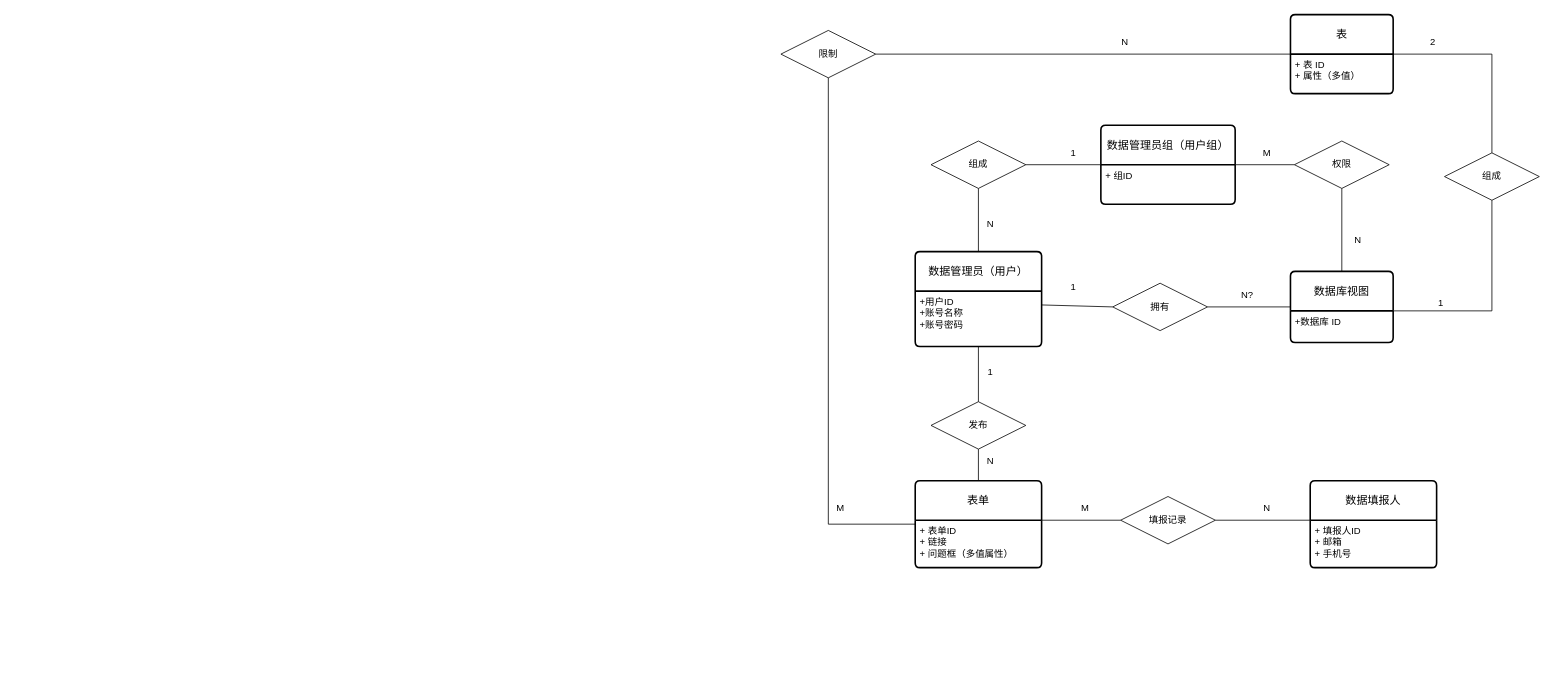
Iaiolk/VerilogCDE keeps this draw.io diagram as page "Page-1" (1 of 2) of 软工课设.drawio. Above is the earlier version. Source tidied: cells renumbered, new cells numbered last; positions are measured from the earlier drawing's top-left corner, leaving out a move shared by most shapes. Both pictures are drawn from the tidied source at 79%, with x=0, y=0 at pixel (781, 14).
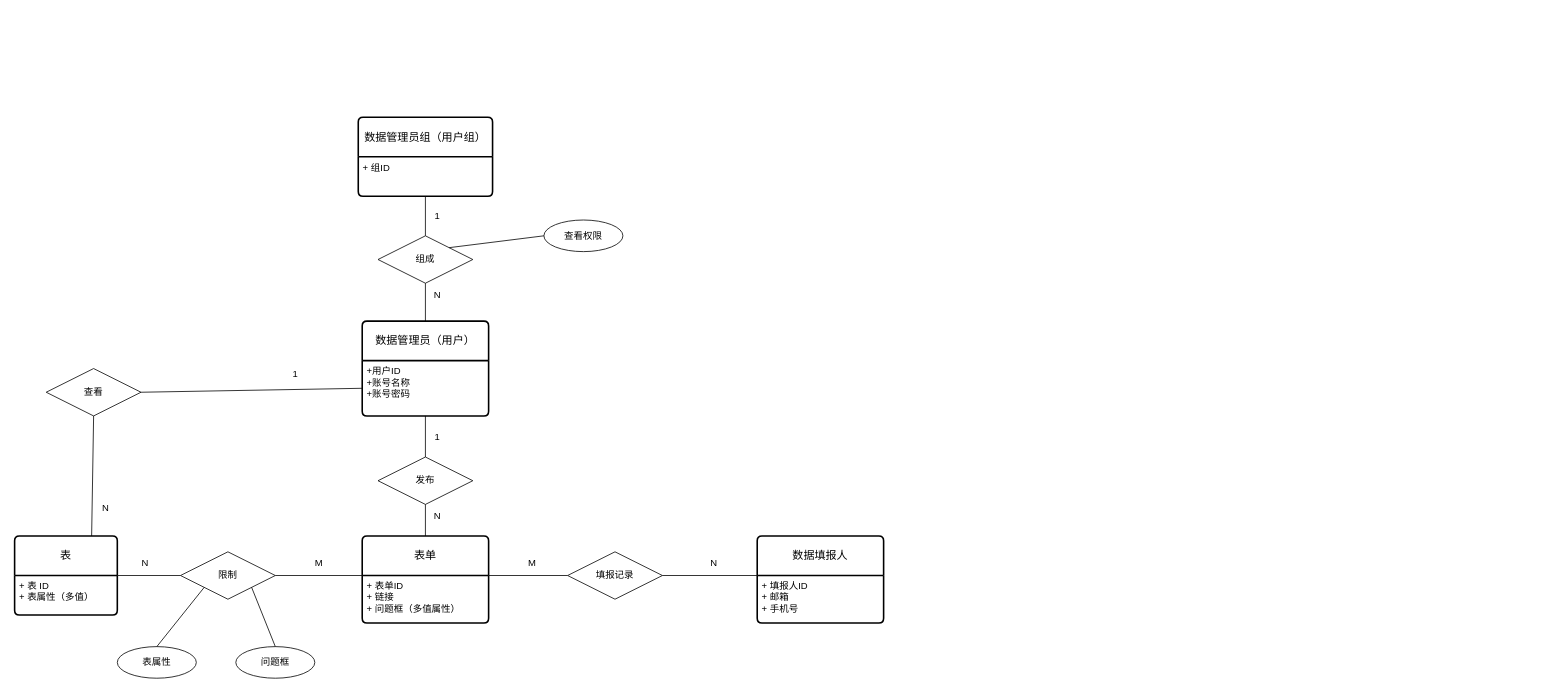
Above is the later version.

Commit message:
更新软工课设.drawio

Unchanged cells that the change refers to:
```xml
<mxCell id="3" value="+用户ID&lt;br&gt;+账号名称&lt;br&gt;+账号密码" style="align=left;strokeColor=none;fillColor=none;spacingLeft=4;fontSize=12;verticalAlign=top;html=1;" parent="2" vertex="1">
  <mxGeometry y="50" width="160" height="70" as="geometry" />
</mxCell>
<mxCell id="7" value="+ 组ID" style="align=left;strokeColor=none;fillColor=none;spacingLeft=4;fontSize=12;verticalAlign=top;html=1;" parent="6" vertex="1">
  <mxGeometry y="50" width="170" height="50" as="geometry" />
</mxCell>
<mxCell id="11" value="+ 表单ID&lt;br&gt;+ 链接&lt;br&gt;+ 问题框（多值属性）" style="align=left;strokeColor=none;fillColor=none;spacingLeft=4;fontSize=12;verticalAlign=top;html=1;" parent="10" vertex="1">
  <mxGeometry y="50" width="160" height="60" as="geometry" />
</mxCell>
```

Diff of the diagram source:
```diff
@@
     <mxCell id="2" value="数据管理员（用户）" style="swimlane;horizontal=1;startSize=50;rounded=1;fontSize=14;fontStyle=0;strokeWidth=2;shadow=0;dashed=0;align=center;arcSize=4;whiteSpace=wrap;html=1;" parent="1" vertex="1">
-      <mxGeometry x="170" y="300" width="160" height="120" as="geometry" />
+      <mxGeometry x="-530" y="388" width="160" height="120" as="geometry" />
     </mxCell>
@@
     <mxCell id="4" value="数据填报人" style="swimlane;horizontal=1;startSize=50;rounded=1;fontSize=14;fontStyle=0;strokeWidth=2;shadow=0;dashed=0;align=center;arcSize=4;whiteSpace=wrap;html=1;" parent="1" vertex="1">
-      <mxGeometry x="670" y="590" width="160" height="110" as="geometry" />
+      <mxGeometry x="-30" y="660" width="160" height="110" as="geometry" />
     </mxCell>
@@
     <mxCell id="6" value="数据管理员组（用户组）" style="swimlane;horizontal=1;startSize=50;rounded=1;fontSize=14;fontStyle=0;strokeWidth=2;shadow=0;dashed=0;align=center;arcSize=4;whiteSpace=wrap;html=1;" parent="1" vertex="1">
-      <mxGeometry x="405" y="140" width="170" height="100" as="geometry" />
+      <mxGeometry x="-535" y="130" width="170" height="100" as="geometry" />
     </mxCell>
@@
-    <mxCell id="8" value="数据库视图" style="swimlane;horizontal=1;startSize=50;rounded=1;fontSize=14;fontStyle=0;strokeWidth=2;shadow=0;dashed=0;align=center;arcSize=4;whiteSpace=wrap;html=1;" parent="1" vertex="1">
-      <mxGeometry x="645" y="325" width="130" height="90" as="geometry" />
-    </mxCell>
-    <mxCell id="9" value="+数据库 ID" style="align=left;strokeColor=none;fillColor=none;spacingLeft=4;fontSize=12;verticalAlign=top;html=1;" parent="8" vertex="1">
-      <mxGeometry y="50" width="130" height="40" as="geometry" />
-    </mxCell>
     <mxCell id="10" value="表单" style="swimlane;horizontal=1;startSize=50;rounded=1;fontSize=14;fontStyle=0;strokeWidth=2;shadow=0;dashed=0;align=center;arcSize=4;whiteSpace=wrap;html=1;" parent="1" vertex="1">
-      <mxGeometry x="170" y="590" width="160" height="110" as="geometry" />
+      <mxGeometry x="-530" y="660" width="160" height="110" as="geometry" />
     </mxCell>
@@
-    <mxCell id="12" value="拥有" style="shape=rhombus;perimeter=rhombusPerimeter;whiteSpace=wrap;html=1;align=center;" parent="1" vertex="1">
-      <mxGeometry x="420" y="340" width="120" height="60" as="geometry" />
-    </mxCell>
-    <mxCell id="13" style="endArrow=none;html=1;rounded=0;exitX=1;exitY=0.25;exitDx=0;exitDy=0;entryX=0;entryY=0.5;entryDx=0;entryDy=0;" parent="1" edge="1" source="3" target="12">
-      <mxGeometry relative="1" as="geometry" />
-    </mxCell>
-    <mxCell id="14" style="endArrow=none;html=1;rounded=0;exitX=1;exitY=0.5;exitDx=0;exitDy=0;entryX=0;entryY=0.5;entryDx=0;entryDy=0;" parent="1" edge="1" source="12" target="8">
-      <mxGeometry relative="1" as="geometry" />
-    </mxCell>
     <mxCell id="15" value="发布" style="shape=rhombus;perimeter=rhombusPerimeter;whiteSpace=wrap;html=1;align=center;" parent="1" vertex="1">
-      <mxGeometry x="190" y="490" width="120" height="60" as="geometry" />
+      <mxGeometry x="-510" y="560" width="120" height="60" as="geometry" />
     </mxCell>
@@
     <mxCell id="18" value="1" style="text;html=1;align=center;verticalAlign=middle;strokeColor=none;fillColor=none;" parent="1" vertex="1">
-      <mxGeometry x="250" y="438" width="30" height="30" as="geometry" />
+      <mxGeometry x="-450" y="520" width="30" height="30" as="geometry" />
     </mxCell>
     <mxCell id="19" value="N" style="text;html=1;align=center;verticalAlign=middle;strokeColor=none;fillColor=none;" parent="1" vertex="1">
-      <mxGeometry x="250" y="550" width="30" height="30" as="geometry" />
+      <mxGeometry x="-450" y="620" width="30" height="30" as="geometry" />
     </mxCell>
-    <mxCell id="20" value="1" style="text;html=1;align=center;verticalAlign=middle;strokeColor=none;fillColor=none;" parent="1" vertex="1">
-      <mxGeometry x="355" y="330" width="30" height="30" as="geometry" />
-    </mxCell>
-    <mxCell id="21" value="N?" style="text;html=1;align=center;verticalAlign=middle;strokeColor=none;fillColor=none;" parent="1" vertex="1">
-      <mxGeometry x="570" y="340" width="40" height="30" as="geometry" />
-    </mxCell>
     <mxCell id="22" value="填报记录" style="shape=rhombus;perimeter=rhombusPerimeter;whiteSpace=wrap;html=1;align=center;" parent="1" vertex="1">
-      <mxGeometry x="430" y="610" width="120" height="60" as="geometry" />
+      <mxGeometry x="-270" y="680" width="120" height="60" as="geometry" />
     </mxCell>
@@
     <mxCell id="25" value="M" style="text;html=1;align=center;verticalAlign=middle;strokeColor=none;fillColor=none;" parent="1" vertex="1">
-      <mxGeometry x="370" y="610" width="30" height="30" as="geometry" />
+      <mxGeometry x="-330" y="680" width="30" height="30" as="geometry" />
     </mxCell>
     <mxCell id="26" value="N" style="text;html=1;align=center;verticalAlign=middle;strokeColor=none;fillColor=none;" parent="1" vertex="1">
-      <mxGeometry x="600" y="610" width="30" height="30" as="geometry" />
+      <mxGeometry x="-100" y="680" width="30" height="30" as="geometry" />
     </mxCell>
     <mxCell id="27" value="表" style="swimlane;horizontal=1;startSize=50;rounded=1;fontSize=14;fontStyle=0;strokeWidth=2;shadow=0;dashed=0;align=center;arcSize=4;whiteSpace=wrap;html=1;" parent="1" vertex="1">
-      <mxGeometry x="645" width="130" height="100" as="geometry" />
+      <mxGeometry x="-970" y="660" width="130" height="100" as="geometry" />
     </mxCell>
-    <mxCell id="28" value="+ 表 ID&lt;br&gt;+ 属性（多值）" style="align=left;strokeColor=none;fillColor=none;spacingLeft=4;fontSize=12;verticalAlign=top;html=1;" parent="27" vertex="1">
+    <mxCell id="28" value="+ 表 ID&lt;br&gt;+ 表属性（多值）" style="align=left;strokeColor=none;fillColor=none;spacingLeft=4;fontSize=12;verticalAlign=top;html=1;" parent="27" vertex="1">
       <mxGeometry y="50" width="130" height="50" as="geometry" />
     </mxCell>
-    <mxCell id="29" value="组成" style="shape=rhombus;perimeter=rhombusPerimeter;whiteSpace=wrap;html=1;align=center;" parent="1" vertex="1">
-      <mxGeometry x="840" y="175" width="120" height="60" as="geometry" />
-    </mxCell>
     <mxCell id="30" value="限制" style="shape=rhombus;perimeter=rhombusPerimeter;whiteSpace=wrap;html=1;align=center;" parent="1" vertex="1">
-      <mxGeometry y="20" width="120" height="60" as="geometry" />
+      <mxGeometry x="-760" y="680" width="120" height="60" as="geometry" />
     </mxCell>
-    <mxCell id="31" style="endArrow=none;html=1;rounded=0;exitX=0.5;exitY=1;exitDx=0;exitDy=0;entryX=0;entryY=0.5;entryDx=0;entryDy=0;" parent="1" edge="1" source="30" target="10">
-      <mxGeometry relative="1" as="geometry">
-        <Array as="points">
-          <mxPoint x="60" y="645" />
-        </Array>
-      </mxGeometry>
-    </mxCell>
-    <mxCell id="32" style="endArrow=none;html=1;rounded=0;exitX=1;exitY=0.5;exitDx=0;exitDy=0;entryX=0;entryY=0.5;entryDx=0;entryDy=0;" parent="1" edge="1" source="30" target="27">
-      <mxGeometry relative="1" as="geometry" />
-    </mxCell>
     <mxCell id="33" value="M" style="text;html=1;align=center;verticalAlign=middle;strokeColor=none;fillColor=none;" parent="1" vertex="1">
-      <mxGeometry x="60" y="610" width="30" height="30" as="geometry" />
+      <mxGeometry x="-600" y="680" width="30" height="30" as="geometry" />
     </mxCell>
-    <mxCell id="34" value="N" style="text;html=1;align=center;verticalAlign=middle;strokeColor=none;fillColor=none;" parent="1" vertex="1">
-      <mxGeometry x="420" y="20" width="30" height="30" as="geometry" />
-    </mxCell>
-    <mxCell id="35" style="endArrow=none;html=1;rounded=0;exitX=1;exitY=0;exitDx=0;exitDy=0;entryX=0.5;entryY=0;entryDx=0;entryDy=0;" parent="1" edge="1" source="28" target="29">
-      <mxGeometry relative="1" as="geometry">
-        <Array as="points">
-          <mxPoint x="900" y="50" />
-        </Array>
-      </mxGeometry>
-    </mxCell>
-    <mxCell id="36" style="endArrow=none;html=1;rounded=0;exitX=1;exitY=0;exitDx=0;exitDy=0;entryX=0.5;entryY=1;entryDx=0;entryDy=0;" parent="1" edge="1" source="9" target="29">
-      <mxGeometry relative="1" as="geometry">
-        <Array as="points">
-          <mxPoint x="900" y="375" />
-        </Array>
-      </mxGeometry>
-    </mxCell>
     <mxCell id="37" value="组成" style="shape=rhombus;perimeter=rhombusPerimeter;whiteSpace=wrap;html=1;align=center;" parent="1" vertex="1">
-      <mxGeometry x="190" y="160" width="120" height="60" as="geometry" />
+      <mxGeometry x="-510" y="280" width="120" height="60" as="geometry" />
     </mxCell>
-    <mxCell id="38" style="endArrow=none;html=1;rounded=0;exitX=1;exitY=0.5;exitDx=0;exitDy=0;entryX=0;entryY=0;entryDx=0;entryDy=0;" parent="1" edge="1" source="37" target="7">
-      <mxGeometry relative="1" as="geometry" />
-    </mxCell>
@@
     <mxCell id="40" value="1" style="text;html=1;align=center;verticalAlign=middle;strokeColor=none;fillColor=none;" parent="1" vertex="1">
-      <mxGeometry x="355" y="160" width="30" height="30" as="geometry" />
+      <mxGeometry x="-450" y="240" width="30" height="30" as="geometry" />
     </mxCell>
     <mxCell id="41" value="N" style="text;html=1;align=center;verticalAlign=middle;strokeColor=none;fillColor=none;" parent="1" vertex="1">
-      <mxGeometry x="250" y="250" width="30" height="30" as="geometry" />
+      <mxGeometry x="-450" y="340" width="30" height="30" as="geometry" />
     </mxCell>
-    <mxCell id="42" value="权限" style="shape=rhombus;perimeter=rhombusPerimeter;whiteSpace=wrap;html=1;align=center;" parent="1" vertex="1">
-      <mxGeometry x="650" y="160" width="120" height="60" as="geometry" />
-    </mxCell>
-    <mxCell id="43" style="endArrow=none;html=1;rounded=0;exitX=1;exitY=0;exitDx=0;exitDy=0;entryX=0;entryY=0.5;entryDx=0;entryDy=0;" parent="1" edge="1" source="7" target="42">
-      <mxGeometry relative="1" as="geometry" />
-    </mxCell>
-    <mxCell id="44" style="endArrow=none;html=1;rounded=0;exitX=0.5;exitY=1;exitDx=0;exitDy=0;entryX=0.5;entryY=0;entryDx=0;entryDy=0;" parent="1" edge="1" source="42" target="8">
-      <mxGeometry relative="1" as="geometry" />
-    </mxCell>
-    <mxCell id="45" value="M" style="text;html=1;align=center;verticalAlign=middle;strokeColor=none;fillColor=none;" parent="1" vertex="1">
-      <mxGeometry x="600" y="160" width="30" height="30" as="geometry" />
-    </mxCell>
-    <mxCell id="46" value="N" style="text;html=1;align=center;verticalAlign=middle;strokeColor=none;fillColor=none;" parent="1" vertex="1">
-      <mxGeometry x="715" y="270" width="30" height="30" as="geometry" />
-    </mxCell>
-    <mxCell id="47" value="1" style="text;html=1;align=center;verticalAlign=middle;strokeColor=none;fillColor=none;" parent="1" vertex="1">
-      <mxGeometry x="820" y="350" width="30" height="30" as="geometry" />
-    </mxCell>
-    <mxCell id="48" value="2" style="text;html=1;align=center;verticalAlign=middle;strokeColor=none;fillColor=none;" parent="1" vertex="1">
-      <mxGeometry x="810" y="20" width="30" height="30" as="geometry" />
-    </mxCell>
+    <mxCell id="49" style="endArrow=none;html=1;rounded=0;exitX=1;exitY=0.5;exitDx=0;exitDy=0;entryX=0;entryY=0;entryDx=0;entryDy=0;" parent="1" edge="1" source="30" target="11">
+      <mxGeometry relative="1" as="geometry" />
+    </mxCell>
+    <mxCell id="50" style="endArrow=none;html=1;rounded=0;exitX=1;exitY=0;exitDx=0;exitDy=0;entryX=0;entryY=0.5;entryDx=0;entryDy=0;" parent="1" edge="1" source="28" target="30">
+      <mxGeometry relative="1" as="geometry" />
+    </mxCell>
+    <mxCell id="38" style="endArrow=none;html=1;rounded=0;entryX=0.5;entryY=1;entryDx=0;entryDy=0;exitX=0.5;exitY=0;exitDx=0;exitDy=0;" parent="1" edge="1" source="37" target="7">
+      <mxGeometry relative="1" as="geometry" />
+    </mxCell>
+    <mxCell id="51" value="查看" style="shape=rhombus;perimeter=rhombusPerimeter;whiteSpace=wrap;html=1;align=center;" parent="1" vertex="1">
+      <mxGeometry x="-930" y="448" width="120" height="60" as="geometry" />
+    </mxCell>
+    <mxCell id="52" style="endArrow=none;html=1;rounded=0;exitX=1;exitY=0.5;exitDx=0;exitDy=0;entryX=0;entryY=0.5;entryDx=0;entryDy=0;" parent="1" edge="1" source="51" target="3">
+      <mxGeometry relative="1" as="geometry" />
+    </mxCell>
+    <mxCell id="53" style="endArrow=none;html=1;rounded=0;exitX=0.5;exitY=1;exitDx=0;exitDy=0;entryX=0.75;entryY=0;entryDx=0;entryDy=0;" parent="1" edge="1" source="51" target="27">
+      <mxGeometry relative="1" as="geometry" />
+    </mxCell>
+    <mxCell id="54" value="1" style="text;html=1;align=center;verticalAlign=middle;strokeColor=none;fillColor=none;" parent="1" vertex="1">
+      <mxGeometry x="-630" y="440" width="30" height="30" as="geometry" />
+    </mxCell>
+    <mxCell id="55" value="N" style="text;html=1;align=center;verticalAlign=middle;strokeColor=none;fillColor=none;" parent="1" vertex="1">
+      <mxGeometry x="-870" y="610" width="30" height="30" as="geometry" />
+    </mxCell>
+    <mxCell id="56" value="查看权限" style="ellipse;whiteSpace=wrap;html=1;align=center;" parent="1" vertex="1">
+      <mxGeometry x="-300" y="260" width="100" height="40" as="geometry" />
+    </mxCell>
+    <mxCell id="57" style="endArrow=none;html=1;rounded=0;exitX=1;exitY=0;exitDx=0;exitDy=0;entryX=0;entryY=0.5;entryDx=0;entryDy=0;" parent="1" edge="1" source="37" target="56">
+      <mxGeometry relative="1" as="geometry" />
+    </mxCell>
+    <mxCell id="58" value="表属性" style="ellipse;whiteSpace=wrap;html=1;align=center;" parent="1" vertex="1">
+      <mxGeometry x="-840" y="800" width="100" height="40" as="geometry" />
+    </mxCell>
+    <mxCell id="59" value="问题框" style="ellipse;whiteSpace=wrap;html=1;align=center;" parent="1" vertex="1">
+      <mxGeometry x="-690" y="800" width="100" height="40" as="geometry" />
+    </mxCell>
+    <mxCell id="60" value="N" style="text;html=1;align=center;verticalAlign=middle;strokeColor=none;fillColor=none;" parent="1" vertex="1">
+      <mxGeometry x="-820" y="680" width="30" height="30" as="geometry" />
+    </mxCell>
+    <mxCell id="61" style="endArrow=none;html=1;rounded=0;exitX=0;exitY=1;exitDx=0;exitDy=0;entryX=0.5;entryY=0;entryDx=0;entryDy=0;" parent="1" edge="1" source="30" target="58">
+      <mxGeometry relative="1" as="geometry" />
+    </mxCell>
+    <mxCell id="62" style="endArrow=none;html=1;rounded=0;exitX=1;exitY=1;exitDx=0;exitDy=0;entryX=0.5;entryY=0;entryDx=0;entryDy=0;" parent="1" edge="1" source="30" target="59">
+      <mxGeometry relative="1" as="geometry" />
+    </mxCell>
```
